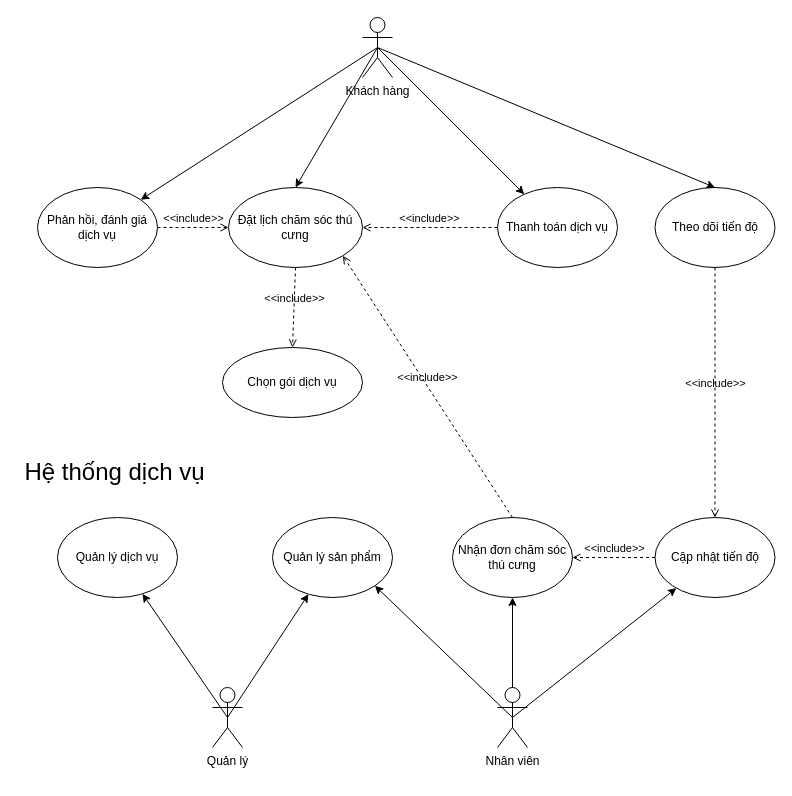
The draw.io diagram service-use-case-diagram.drawio in blueonline07/auth-demo, before the edit. Source tidied: cells renumbered, new cells numbered last; positions are measured from the earlier drawing's top-left corner, leaving out a move shared by most shapes. Both pictures are drawn from the tidied source at 100%, with x=0, y=0 at pixel (17, 17).
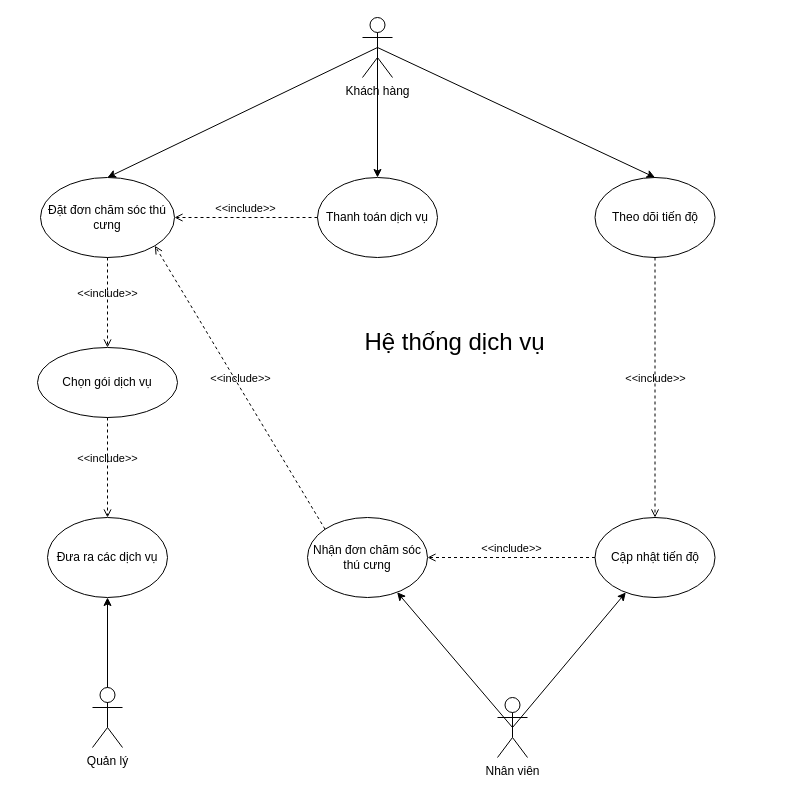
The same diagram, later.

The change refers to these unchanged cells:
```xml
<mxCell id="6" value="Khách hàng" style="shape=umlActor;verticalLabelPosition=bottom;verticalAlign=top;html=1;outlineConnect=0;" parent="1" vertex="1">
  <mxGeometry x="345" width="30" height="60" as="geometry" />
</mxCell>
```

Diff of the diagram source:
```diff
@@
-    <mxCell id="3" style="rounded=0;jettySize=auto;html=1;exitX=0.5;exitY=0.5;exitDx=0;exitDy=0;exitPerimeter=0;" parent="1" edge="1" source="6" target="19">
-      <mxGeometry relative="1" as="geometry" />
-    </mxCell>
@@
-    <mxCell id="7" style="rounded=0;jettySize=auto;html=1;exitX=0.5;exitY=0.5;exitDx=0;exitDy=0;exitPerimeter=0;entryX=1;entryY=1;entryDx=0;entryDy=0;" parent="1" edge="1" source="10" target="21">
-      <mxGeometry relative="1" as="geometry" />
-    </mxCell>
@@
     <mxCell id="10" value="Nhân viên" style="shape=umlActor;verticalLabelPosition=bottom;verticalAlign=top;html=1;outlineConnect=0;" parent="1" vertex="1">
-      <mxGeometry x="480" y="670" width="30" height="60" as="geometry" />
+      <mxGeometry x="480" y="680" width="30" height="60" as="geometry" />
     </mxCell>
@@
-    <mxCell id="12" style="rounded=0;jettySize=auto;html=1;exitX=0.5;exitY=0.5;exitDx=0;exitDy=0;exitPerimeter=0;" parent="1" edge="1" source="13" target="21">
-      <mxGeometry relative="1" as="geometry" />
-    </mxCell>
     <mxCell id="13" value="Quản lý" style="shape=umlActor;verticalLabelPosition=bottom;verticalAlign=top;html=1;outlineConnect=0;" parent="1" vertex="1">
-      <mxGeometry x="195" y="670" width="30" height="60" as="geometry" />
+      <mxGeometry x="75" y="670" width="30" height="60" as="geometry" />
     </mxCell>
-    <mxCell id="14" value="Đặt lịch chăm sóc thú cưng" style="ellipse;whiteSpace=wrap;html=1;verticalAlign=middle;" parent="1" vertex="1">
-      <mxGeometry x="211" y="170" width="134" height="80" as="geometry" />
+    <mxCell id="14" value="Đặt đơn chăm sóc thú cưng" style="ellipse;whiteSpace=wrap;html=1;verticalAlign=middle;" parent="1" vertex="1">
+      <mxGeometry x="23" y="160" width="134" height="80" as="geometry" />
     </mxCell>
     <mxCell id="15" value="Chọn gói dịch vụ" style="ellipse;whiteSpace=wrap;html=1;verticalAlign=middle;" parent="1" vertex="1">
-      <mxGeometry x="205" y="330" width="140" height="70" as="geometry" />
+      <mxGeometry x="20" y="330" width="140" height="70" as="geometry" />
     </mxCell>
@@
     <mxCell id="17" value="Theo dõi tiến độ" style="ellipse;whiteSpace=wrap;html=1;" parent="1" vertex="1">
-      <mxGeometry x="637.5" y="170" width="120" height="80" as="geometry" />
+      <mxGeometry x="577.5" y="160" width="120" height="80" as="geometry" />
     </mxCell>
-    <mxCell id="18" value="&amp;lt;&amp;lt;include&amp;gt;&amp;gt;" style="html=1;verticalAlign=bottom;labelBackgroundColor=none;endArrow=open;endFill=0;dashed=1;rounded=0;exitX=1;exitY=0.5;exitDx=0;exitDy=0;entryX=0;entryY=0.5;entryDx=0;entryDy=0;" parent="1" edge="1" source="19" target="14">
-      <mxGeometry relative="1" as="geometry" />
-    </mxCell>
-    <mxCell id="19" value="Phản hồi, đánh giá dịch vụ" style="ellipse;whiteSpace=wrap;html=1;" parent="1" vertex="1">
-      <mxGeometry x="20" y="170" width="120" height="80" as="geometry" />
-    </mxCell>
-    <mxCell id="20" value="Quản lý dịch vụ" style="ellipse;whiteSpace=wrap;html=1;" parent="1" vertex="1">
-      <mxGeometry x="40" y="500" width="120" height="80" as="geometry" />
+    <mxCell id="20" value="Đưa ra các dịch vụ" style="ellipse;whiteSpace=wrap;html=1;" parent="1" vertex="1">
+      <mxGeometry x="30" y="500" width="120" height="80" as="geometry" />
     </mxCell>
-    <mxCell id="21" value="Quản lý sản phẩm" style="ellipse;whiteSpace=wrap;html=1;" parent="1" vertex="1">
-      <mxGeometry x="255" y="500" width="120" height="80" as="geometry" />
-    </mxCell>
     <mxCell id="22" value="Nhận đơn chăm sóc thú cưng" style="ellipse;whiteSpace=wrap;html=1;" parent="1" vertex="1">
-      <mxGeometry x="435" y="500" width="120" height="80" as="geometry" />
+      <mxGeometry x="290" y="500" width="120" height="80" as="geometry" />
     </mxCell>
-    <mxCell id="23" value="&amp;lt;&amp;lt;include&amp;gt;&amp;gt;" style="html=1;verticalAlign=bottom;labelBackgroundColor=none;endArrow=open;endFill=0;dashed=1;rounded=0;exitX=0.5;exitY=0;exitDx=0;exitDy=0;entryX=1;entryY=1;entryDx=0;entryDy=0;" parent="1" edge="1" source="22" target="14">
+    <mxCell id="23" value="&amp;lt;&amp;lt;include&amp;gt;&amp;gt;" style="html=1;verticalAlign=bottom;labelBackgroundColor=none;endArrow=open;endFill=0;dashed=1;rounded=0;exitX=0;exitY=0;exitDx=0;exitDy=0;entryX=1;entryY=1;entryDx=0;entryDy=0;" parent="1" edge="1" source="22" target="14">
       <mxGeometry relative="1" as="geometry" />
     </mxCell>
     <mxCell id="24" value="Cập nhật tiến độ" style="ellipse;whiteSpace=wrap;html=1;" parent="1" vertex="1">
-      <mxGeometry x="637.5" y="500" width="120" height="80" as="geometry" />
+      <mxGeometry x="577.5" y="500" width="120" height="80" as="geometry" />
     </mxCell>
@@
     <mxCell id="27" value="&lt;font size=&quot;5&quot;&gt;Hệ thống dịch vụ&lt;/font&gt;" style="text;html=1;align=center;verticalAlign=middle;whiteSpace=wrap;rounded=0;" parent="1" vertex="1">
-      <mxGeometry y="420" width="195" height="70" as="geometry" />
+      <mxGeometry x="340" y="290" width="195" height="70" as="geometry" />
     </mxCell>
     <mxCell id="28" value="Thanh toán dịch vụ" style="ellipse;whiteSpace=wrap;html=1;" parent="1" vertex="1">
-      <mxGeometry x="480" y="170" width="120" height="80" as="geometry" />
+      <mxGeometry x="300" y="160" width="120" height="80" as="geometry" />
     </mxCell>
@@
+    <mxCell id="18" value="&amp;lt;&amp;lt;include&amp;gt;&amp;gt;" style="html=1;verticalAlign=bottom;labelBackgroundColor=none;endArrow=open;endFill=0;dashed=1;rounded=0;exitX=0.5;exitY=1;exitDx=0;exitDy=0;entryX=0.5;entryY=0;entryDx=0;entryDy=0;" parent="1" edge="1" source="15" target="20">
+      <mxGeometry relative="1" as="geometry" />
+    </mxCell>
```
